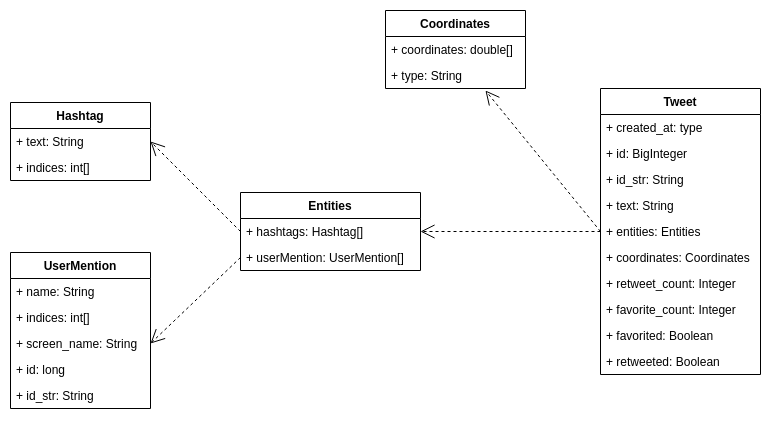
jarviscanada/jarvis_data_eng_HussainFathi keeps this draw.io diagram as core_java/twitter/assets/model.png. Above is the earlier version. Source tidied: cells renumbered, new cells last; positions are measured from the earlier drawing's top-left corner, leaving out a move shared by most shapes. Its diagram source:
```xml
<mxGraphModel>
  <root>
    <mxCell id="0" />
    <mxCell id="1" parent="0" />
    <mxCell id="2" value="Hashtag" style="swimlane;fontStyle=1;horizontal=1;startSize=26;fillColor=none;" parent="1" vertex="1">
      <mxGeometry y="92" width="140" height="78" as="geometry" />
    </mxCell>
    <mxCell id="3" value="+ text: String" style="text;strokeColor=none;fillColor=none;align=left;verticalAlign=top;spacingLeft=4;spacingRight=4;overflow=hidden;points=[[0,0.5],[1,0.5]];portConstraint=eastwest;" parent="2" vertex="1">
      <mxGeometry y="26" width="140" height="26" as="geometry" />
    </mxCell>
    <mxCell id="4" value="+ indices: int[]" style="text;strokeColor=none;fillColor=none;align=left;verticalAlign=top;spacingLeft=4;spacingRight=4;overflow=hidden;" parent="2" vertex="1">
      <mxGeometry y="52" width="140" height="26" as="geometry" />
    </mxCell>
    <mxCell id="5" value="Entities" style="swimlane;fontStyle=1;horizontal=1;startSize=26;fillColor=none;" parent="1" vertex="1">
      <mxGeometry x="230" y="182" width="180" height="78" as="geometry" />
    </mxCell>
    <mxCell id="6" value="+ hashtags: Hashtag[]" style="text;strokeColor=none;fillColor=none;align=left;verticalAlign=top;spacingLeft=4;spacingRight=4;overflow=hidden;points=[[0,0.5],[1,0.5]];portConstraint=eastwest;" parent="5" vertex="1">
      <mxGeometry y="26" width="180" height="26" as="geometry" />
    </mxCell>
    <mxCell id="7" value="+ userMention: UserMention[]" style="text;strokeColor=none;fillColor=none;align=left;verticalAlign=top;spacingLeft=4;spacingRight=4;overflow=hidden;points=[[0,0.5],[1,0.5]];portConstraint=eastwest;" parent="5" vertex="1">
      <mxGeometry y="52" width="180" height="26" as="geometry" />
    </mxCell>
    <mxCell id="8" value="UserMention" style="swimlane;fontStyle=1;horizontal=1;startSize=26;fillColor=none;" parent="1" vertex="1">
      <mxGeometry y="242" width="140" height="156" as="geometry" />
    </mxCell>
    <mxCell id="9" value="+ name: String" style="text;strokeColor=none;fillColor=none;align=left;verticalAlign=top;spacingLeft=4;spacingRight=4;overflow=hidden;" parent="8" vertex="1">
      <mxGeometry y="26" width="140" height="26" as="geometry" />
    </mxCell>
    <mxCell id="10" value="+ indices: int[]" style="text;strokeColor=none;fillColor=none;align=left;verticalAlign=top;spacingLeft=4;spacingRight=4;overflow=hidden;" parent="8" vertex="1">
      <mxGeometry y="52" width="140" height="26" as="geometry" />
    </mxCell>
    <mxCell id="11" value="+ screen_name: String" style="text;strokeColor=none;fillColor=none;align=left;verticalAlign=top;spacingLeft=4;spacingRight=4;overflow=hidden;points=[[0,0.5],[1,0.5]];portConstraint=eastwest;" parent="8" vertex="1">
      <mxGeometry y="78" width="140" height="26" as="geometry" />
    </mxCell>
    <mxCell id="12" value="+ id: long" style="text;strokeColor=none;fillColor=none;align=left;verticalAlign=top;spacingLeft=4;spacingRight=4;overflow=hidden;" parent="8" vertex="1">
      <mxGeometry y="104" width="140" height="26" as="geometry" />
    </mxCell>
    <mxCell id="13" value="+ id_str: String" style="text;strokeColor=none;fillColor=none;align=left;verticalAlign=top;spacingLeft=4;spacingRight=4;overflow=hidden;" parent="8" vertex="1">
      <mxGeometry y="130" width="140" height="26" as="geometry" />
    </mxCell>
    <mxCell id="14" style="endArrow=open;endSize=12;dashed=1;html=1;rounded=0;exitX=0;exitY=0.5;exitDx=0;exitDy=0;entryX=1;entryY=0.5;entryDx=0;entryDy=0;" parent="1" edge="1" source="6" target="3">
      <mxGeometry x="0.1" y="-127" relative="1" as="geometry" />
    </mxCell>
    <mxCell id="15" style="endArrow=open;endSize=12;dashed=1;html=1;rounded=0;exitX=0;exitY=0.5;exitDx=0;exitDy=0;entryX=1;entryY=0.5;entryDx=0;entryDy=0;" parent="1" edge="1" source="7" target="11">
      <mxGeometry x="0.1" y="-127" relative="1" as="geometry" />
    </mxCell>
    <mxCell id="16" style="endArrow=open;endSize=12;dashed=1;html=1;rounded=0;exitX=0;exitY=0.5;exitDx=0;exitDy=0;entryX=1;entryY=0.5;entryDx=0;entryDy=0;" parent="1" edge="1" source="25" target="6">
      <mxGeometry x="-0.12" y="100" relative="1" as="geometry" />
    </mxCell>
    <mxCell id="17" value="Coordinates" style="swimlane;fontStyle=1;horizontal=1;startSize=26;fillColor=none;" parent="1" vertex="1">
      <mxGeometry x="375" width="140" height="78" as="geometry" />
    </mxCell>
    <mxCell id="18" value="+ coordinates: double[]" style="text;strokeColor=none;fillColor=none;align=left;verticalAlign=top;spacingLeft=4;spacingRight=4;overflow=hidden;" parent="17" vertex="1">
      <mxGeometry y="26" width="140" height="26" as="geometry" />
    </mxCell>
    <mxCell id="19" value="+ type: String" style="text;strokeColor=none;fillColor=none;align=left;verticalAlign=top;spacingLeft=4;spacingRight=4;overflow=hidden;points=[[0,0.5],[1,0.5]];portConstraint=eastwest;" parent="17" vertex="1">
      <mxGeometry y="52" width="140" height="26" as="geometry" />
    </mxCell>
    <mxCell id="20" value="Tweet" style="swimlane;fontStyle=1;horizontal=1;startSize=26;fillColor=none;" parent="1" vertex="1">
      <mxGeometry x="590" y="78" width="160" height="286" as="geometry" />
    </mxCell>
    <mxCell id="21" value="+ created_at: type" style="text;strokeColor=none;fillColor=none;align=left;verticalAlign=top;spacingLeft=4;spacingRight=4;overflow=hidden;" parent="20" vertex="1">
      <mxGeometry y="26" width="160" height="26" as="geometry" />
    </mxCell>
    <mxCell id="22" value="+ id: BigInteger" style="text;strokeColor=none;fillColor=none;align=left;verticalAlign=top;spacingLeft=4;spacingRight=4;overflow=hidden;" parent="20" vertex="1">
      <mxGeometry y="52" width="160" height="26" as="geometry" />
    </mxCell>
    <mxCell id="23" value="+ id_str: String" style="text;strokeColor=none;fillColor=none;align=left;verticalAlign=top;spacingLeft=4;spacingRight=4;overflow=hidden;" parent="20" vertex="1">
      <mxGeometry y="78" width="160" height="26" as="geometry" />
    </mxCell>
    <mxCell id="24" value="+ text: String" style="text;strokeColor=none;fillColor=none;align=left;verticalAlign=top;spacingLeft=4;spacingRight=4;overflow=hidden;" parent="20" vertex="1">
      <mxGeometry y="104" width="160" height="26" as="geometry" />
    </mxCell>
    <mxCell id="25" value="+ entities: Entities" style="text;strokeColor=none;fillColor=none;align=left;verticalAlign=top;spacingLeft=4;spacingRight=4;overflow=hidden;points=[[0,0.5],[1,0.5]];portConstraint=eastwest;" parent="20" vertex="1">
      <mxGeometry y="130" width="160" height="26" as="geometry" />
    </mxCell>
    <mxCell id="26" value="+ coordinates: Coordinates" style="text;strokeColor=none;fillColor=none;align=left;verticalAlign=top;spacingLeft=4;spacingRight=4;overflow=hidden;" parent="20" vertex="1">
      <mxGeometry y="156" width="160" height="26" as="geometry" />
    </mxCell>
    <mxCell id="27" value="+ retweet_count: Integer" style="text;strokeColor=none;fillColor=none;align=left;verticalAlign=top;spacingLeft=4;spacingRight=4;overflow=hidden;" parent="20" vertex="1">
      <mxGeometry y="182" width="160" height="26" as="geometry" />
    </mxCell>
    <mxCell id="28" value="+ favorite_count: Integer" style="text;strokeColor=none;fillColor=none;align=left;verticalAlign=top;spacingLeft=4;spacingRight=4;overflow=hidden;" parent="20" vertex="1">
      <mxGeometry y="208" width="160" height="26" as="geometry" />
    </mxCell>
    <mxCell id="29" value="+ favorited: Boolean" style="text;strokeColor=none;fillColor=none;align=left;verticalAlign=top;spacingLeft=4;spacingRight=4;overflow=hidden;" parent="20" vertex="1">
      <mxGeometry y="234" width="160" height="26" as="geometry" />
    </mxCell>
    <mxCell id="30" value="+ retweeted: Boolean" style="text;strokeColor=none;fillColor=none;align=left;verticalAlign=top;spacingLeft=4;spacingRight=4;overflow=hidden;" parent="20" vertex="1">
      <mxGeometry y="260" width="160" height="26" as="geometry" />
    </mxCell>
    <mxCell id="31" style="endArrow=open;endSize=12;dashed=1;html=1;rounded=0;exitX=0;exitY=0.5;exitDx=0;exitDy=0;entryX=0.714;entryY=1.077;entryDx=0;entryDy=0;entryPerimeter=0;" parent="1" edge="1" source="25" target="19">
      <mxGeometry x="-0.12" y="100" relative="1" as="geometry" />
    </mxCell>
  </root>
</mxGraphModel>
```
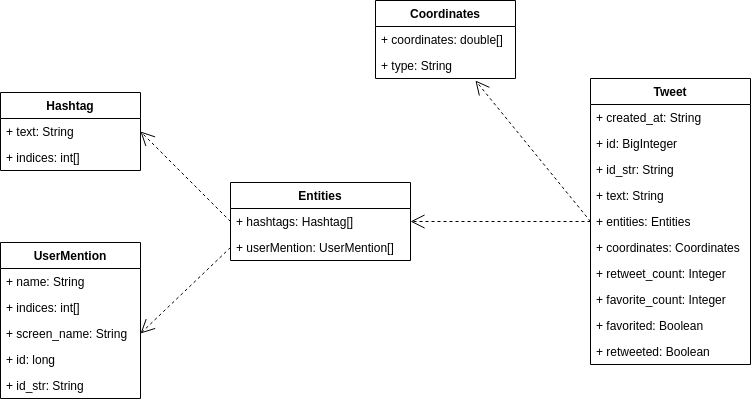
Above is the later version.

Diff of the diagram source:
```diff
@@ -59,7 +59,7 @@
     <mxCell id="20" value="Tweet" style="swimlane;fontStyle=1;horizontal=1;startSize=26;fillColor=none;" parent="1" vertex="1">
       <mxGeometry x="590" y="78" width="160" height="286" as="geometry" />
     </mxCell>
-    <mxCell id="21" value="+ created_at: type" style="text;strokeColor=none;fillColor=none;align=left;verticalAlign=top;spacingLeft=4;spacingRight=4;overflow=hidden;" parent="20" vertex="1">
+    <mxCell id="21" value="+ created_at: String" style="text;strokeColor=none;fillColor=none;align=left;verticalAlign=top;spacingLeft=4;spacingRight=4;overflow=hidden;" parent="20" vertex="1">
       <mxGeometry y="26" width="160" height="26" as="geometry" />
     </mxCell>
     <mxCell id="22" value="+ id: BigInteger" style="text;strokeColor=none;fillColor=none;align=left;verticalAlign=top;spacingLeft=4;spacingRight=4;overflow=hidden;" parent="20" vertex="1">
```
